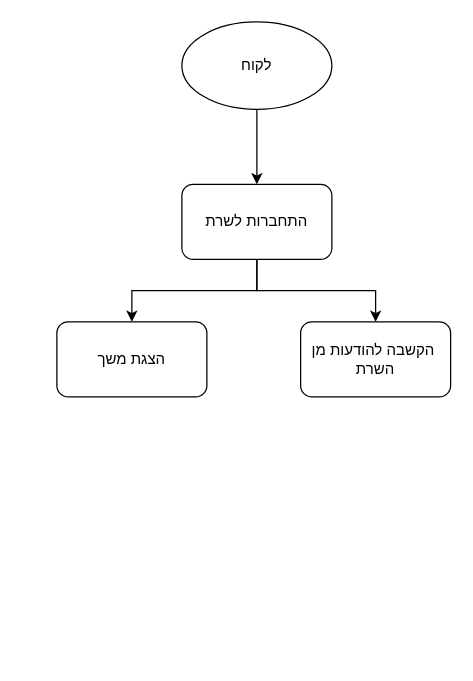
This is page "Page-3" (3 of 3) of Untitled Diagram.drawio from arielberenson/poker-project, a draw.io file, before an edit. Source tidied: cells renumbered, new cells numbered last; positions are measured from the earlier drawing's top-left corner, leaving out a move shared by most shapes. Both pictures are drawn from the tidied source at 125%, with x=0, y=0 at pixel (56, 21).
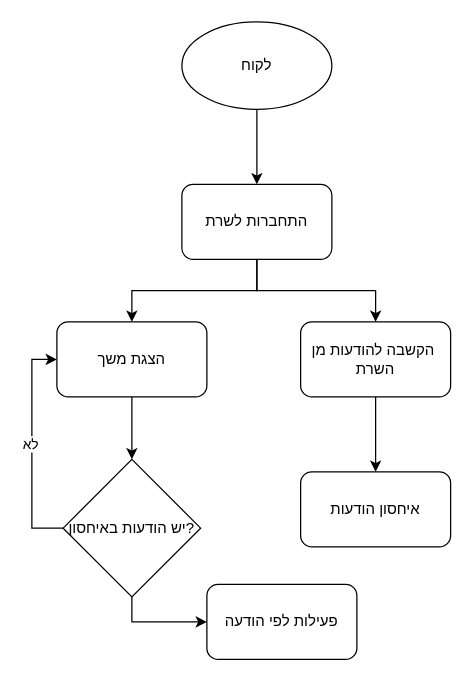
The same page after the edit.

What changed in the source:
```diff
@@
 <mxGraphModel>
   <root>
     <mxCell id="0" />
     <mxCell id="1" parent="0" />
     <mxCell id="2" style="edgeStyle=orthogonalEdgeStyle;rounded=0;jettySize=auto;html=1;exitX=0.5;exitY=1;exitDx=0;exitDy=0;entryX=0.5;entryY=0;entryDx=0;entryDy=0;" parent="1" edge="1" source="3" target="6">
       <mxGeometry relative="1" as="geometry" />
     </mxCell>
     <mxCell id="3" value="לקוח" style="ellipse;whiteSpace=wrap;html=1;" parent="1" vertex="1">
       <mxGeometry x="100" width="120" height="70" as="geometry" />
     </mxCell>
     <mxCell id="4" style="edgeStyle=orthogonalEdgeStyle;rounded=0;jettySize=auto;html=1;exitX=0.5;exitY=1;exitDx=0;exitDy=0;entryX=0.5;entryY=0;entryDx=0;entryDy=0;" parent="1" edge="1" source="6" target="7">
       <mxGeometry relative="1" as="geometry" />
     </mxCell>
     <mxCell id="5" style="edgeStyle=orthogonalEdgeStyle;rounded=0;jettySize=auto;html=1;exitX=0.5;exitY=1;exitDx=0;exitDy=0;entryX=0.5;entryY=0;entryDx=0;entryDy=0;" parent="1" edge="1" source="6" target="8">
       <mxGeometry relative="1" as="geometry" />
     </mxCell>
     <mxCell id="6" value="התחברות לשרת" style="rounded=1;whiteSpace=wrap;html=1;" parent="1" vertex="1">
       <mxGeometry x="100" y="130" width="120" height="60" as="geometry" />
     </mxCell>
+    <mxCell id="9" style="edgeStyle=orthogonalEdgeStyle;rounded=0;jettySize=auto;html=1;exitX=0.5;exitY=1;exitDx=0;exitDy=0;entryX=0.5;entryY=0;entryDx=0;entryDy=0;" parent="1" edge="1" source="7" target="15">
+      <mxGeometry relative="1" as="geometry" />
+    </mxCell>
     <mxCell id="7" value="הצגת משך" style="rounded=1;whiteSpace=wrap;html=1;" parent="1" vertex="1">
       <mxGeometry y="240" width="120" height="60" as="geometry" />
     </mxCell>
+    <mxCell id="10" style="edgeStyle=orthogonalEdgeStyle;rounded=0;jettySize=auto;html=1;exitX=0.5;exitY=1;exitDx=0;exitDy=0;entryX=0.5;entryY=0;entryDx=0;entryDy=0;" parent="1" edge="1" source="8" target="11">
+      <mxGeometry relative="1" as="geometry" />
+    </mxCell>
     <mxCell id="8" value="הקשבה להודעות מן&amp;nbsp;&lt;div&gt;השרת&lt;/div&gt;" style="rounded=1;whiteSpace=wrap;html=1;" parent="1" vertex="1">
       <mxGeometry x="195" y="240" width="120" height="60" as="geometry" />
     </mxCell>
+    <mxCell id="11" value="איחסון הודעות" style="rounded=1;whiteSpace=wrap;html=1;" parent="1" vertex="1">
+      <mxGeometry x="195" y="360" width="120" height="60" as="geometry" />
+    </mxCell>
+    <mxCell id="12" style="edgeStyle=orthogonalEdgeStyle;rounded=0;jettySize=auto;html=1;exitX=0;exitY=0.5;exitDx=0;exitDy=0;entryX=0;entryY=0.5;entryDx=0;entryDy=0;" parent="1" edge="1" source="15" target="7">
+      <mxGeometry relative="1" as="geometry" />
+    </mxCell>
+    <mxCell id="13" value="לא" style="edgeLabel;html=1;align=center;verticalAlign=middle;" parent="12" vertex="1">
+      <mxGeometry x="0.03" y="2" relative="1" as="geometry" />
+    </mxCell>
+    <mxCell id="14" style="edgeStyle=orthogonalEdgeStyle;rounded=0;jettySize=auto;html=1;exitX=0.5;exitY=1;exitDx=0;exitDy=0;entryX=0;entryY=0.5;entryDx=0;entryDy=0;" parent="1" edge="1" source="15" target="16">
+      <mxGeometry relative="1" as="geometry" />
+    </mxCell>
+    <mxCell id="15" value="יש הודעות באיחסון?" style="rhombus;whiteSpace=wrap;html=1;" parent="1" vertex="1">
+      <mxGeometry x="5" y="350" width="110" height="110" as="geometry" />
+    </mxCell>
+    <mxCell id="16" value="פעילות לפי הודעה" style="rounded=1;whiteSpace=wrap;html=1;" parent="1" vertex="1">
+      <mxGeometry x="120" y="450" width="120" height="60" as="geometry" />
+    </mxCell>
   </root>
 </mxGraphModel>
```
